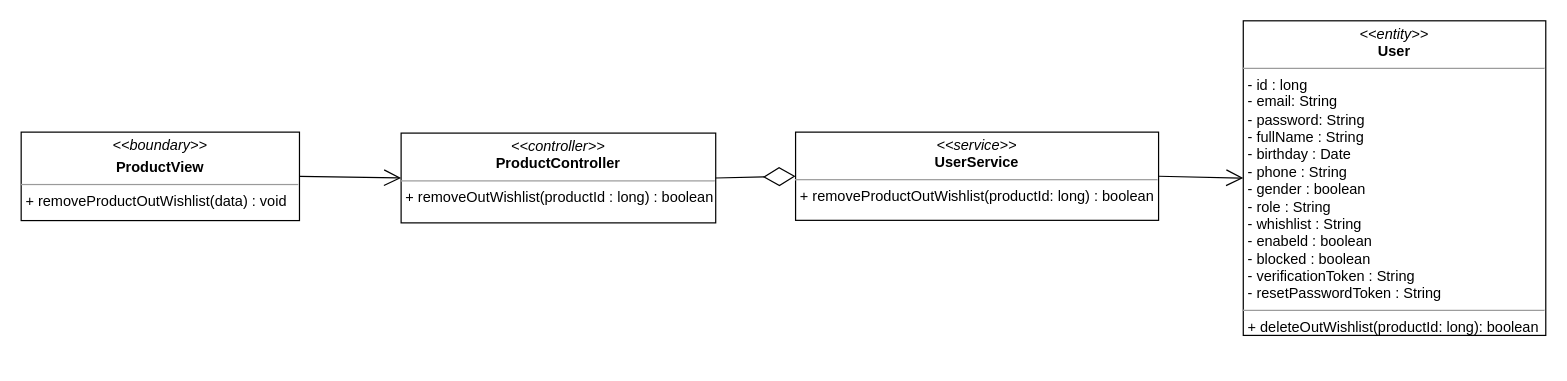
Above: class diagram/remove-product-to-wishlist.drawio in nguyenphamvan/datn_20202 (draw.io), before the change. Source tidied: cells renumbered, new cells numbered last; positions are measured from the earlier drawing's top-left corner, leaving out a move shared by most shapes. Both pictures are drawn from the tidied source at 121%, with x=0, y=0 at pixel (21, 21).
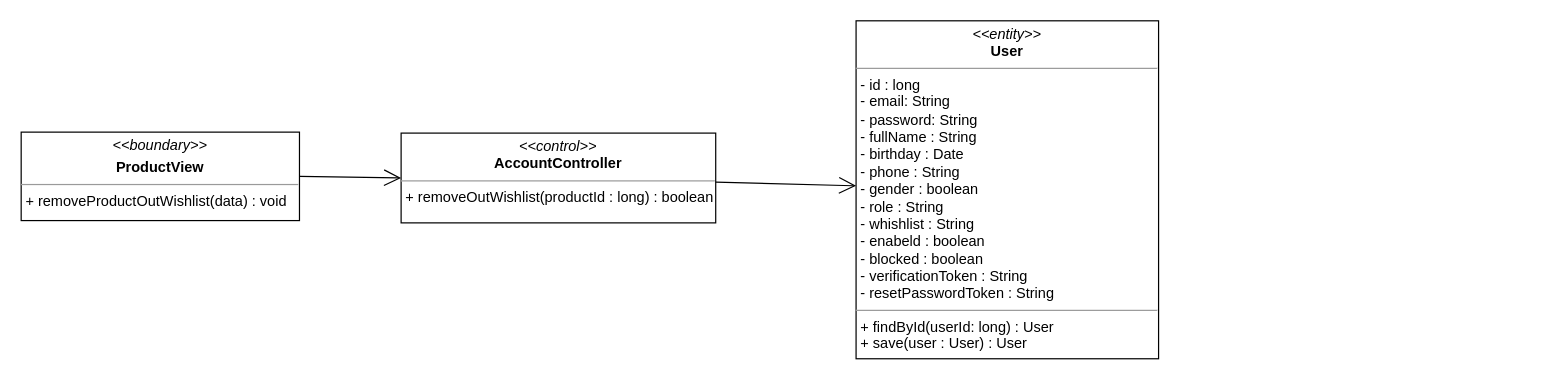
After the change.

What changed in the source:
```diff
@@
 <mxGraphModel>
   <root>
     <mxCell id="0" />
     <mxCell id="1" parent="0" />
     <mxCell id="2" value="&lt;p style=&quot;margin: 0px ; margin-top: 4px ; text-align: center&quot;&gt;&lt;i&gt;&amp;lt;&amp;lt;boundary&amp;gt;&amp;gt;&lt;/i&gt;&lt;/p&gt;&lt;p style=&quot;margin: 0px ; margin-top: 4px ; text-align: center&quot;&gt;&lt;b&gt;ProductView&lt;/b&gt;&lt;/p&gt;&lt;hr size=&quot;1&quot;&gt;&lt;p style=&quot;margin: 0px ; margin-left: 4px&quot;&gt;&lt;span&gt;+ removeProductOutWishlist(data) : void&lt;/span&gt;&lt;br&gt;&lt;/p&gt;" style="verticalAlign=top;align=left;overflow=fill;fontSize=12;fontFamily=Helvetica;html=1;" parent="1" vertex="1">
       <mxGeometry y="91.7" width="230" height="73.1" as="geometry" />
     </mxCell>
-    <mxCell id="3" value="&lt;p style=&quot;margin: 0px ; margin-top: 4px ; text-align: center&quot;&gt;&lt;i&gt;&amp;lt;&amp;lt;controller&amp;gt;&amp;gt;&lt;/i&gt;&lt;br&gt;&lt;b&gt;ProductController&lt;/b&gt;&lt;/p&gt;&lt;hr size=&quot;1&quot;&gt;&lt;p style=&quot;margin: 0px ; margin-left: 4px&quot;&gt;&lt;span&gt;+ removeOutWishlist(productId : long) : boolean&lt;/span&gt;&lt;br&gt;&lt;/p&gt;" style="verticalAlign=top;align=left;overflow=fill;fontSize=12;fontFamily=Helvetica;html=1;" parent="1" vertex="1">
+    <mxCell id="3" value="&lt;p style=&quot;margin: 0px ; margin-top: 4px ; text-align: center&quot;&gt;&lt;i&gt;&amp;lt;&amp;lt;control&amp;gt;&amp;gt;&lt;/i&gt;&lt;br&gt;&lt;b&gt;AccountController&lt;/b&gt;&lt;/p&gt;&lt;hr size=&quot;1&quot;&gt;&lt;p style=&quot;margin: 0px ; margin-left: 4px&quot;&gt;&lt;span&gt;+ removeOutWishlist(productId : long) : boolean&lt;/span&gt;&lt;br&gt;&lt;/p&gt;" style="verticalAlign=top;align=left;overflow=fill;fontSize=12;fontFamily=Helvetica;html=1;" parent="1" vertex="1">
       <mxGeometry x="314" y="92.5" width="260" height="74.2" as="geometry" />
     </mxCell>
-    <mxCell id="4" value="&lt;p style=&quot;margin: 0px ; margin-top: 4px ; text-align: center&quot;&gt;&lt;i&gt;&amp;lt;&amp;lt;service&amp;gt;&amp;gt;&lt;/i&gt;&lt;br&gt;&lt;b&gt;UserService&lt;/b&gt;&lt;/p&gt;&lt;hr size=&quot;1&quot;&gt;&lt;p style=&quot;margin: 0px ; margin-left: 4px&quot;&gt;&lt;span&gt;+ removeProductOutWishlist(productId: long) : boolean&lt;/span&gt;&lt;br&gt;&lt;/p&gt;" style="verticalAlign=top;align=left;overflow=fill;fontSize=12;fontFamily=Helvetica;html=1;" parent="1" vertex="1">
-      <mxGeometry x="640" y="91.7" width="300" height="72.9" as="geometry" />
-    </mxCell>
-    <mxCell id="5" value="&lt;p style=&quot;margin: 0px ; margin-top: 4px ; text-align: center&quot;&gt;&lt;i&gt;&amp;lt;&amp;lt;entity&amp;gt;&amp;gt;&lt;/i&gt;&lt;br&gt;&lt;b&gt;User&lt;/b&gt;&lt;/p&gt;&lt;hr size=&quot;1&quot;&gt;&lt;p style=&quot;margin: 0px ; margin-left: 4px&quot;&gt;- id : long&lt;/p&gt;&lt;p style=&quot;margin: 0px ; margin-left: 4px&quot;&gt;- email: String&lt;br&gt;- password: String&lt;/p&gt;&lt;p style=&quot;margin: 0px ; margin-left: 4px&quot;&gt;- fullName : String&lt;/p&gt;&lt;p style=&quot;margin: 0px ; margin-left: 4px&quot;&gt;- birthday : Date&lt;/p&gt;&lt;p style=&quot;margin: 0px ; margin-left: 4px&quot;&gt;- phone : String&lt;/p&gt;&lt;p style=&quot;margin: 0px ; margin-left: 4px&quot;&gt;- gender : boolean&lt;/p&gt;&lt;p style=&quot;margin: 0px ; margin-left: 4px&quot;&gt;- role : String&lt;/p&gt;&lt;p style=&quot;margin: 0px ; margin-left: 4px&quot;&gt;- whishlist : String&lt;/p&gt;&lt;p style=&quot;margin: 0px ; margin-left: 4px&quot;&gt;- enabeld : boolean&lt;/p&gt;&lt;p style=&quot;margin: 0px ; margin-left: 4px&quot;&gt;- blocked : boolean&lt;/p&gt;&lt;p style=&quot;margin: 0px ; margin-left: 4px&quot;&gt;- verificationToken : String&lt;/p&gt;&lt;p style=&quot;margin: 0px ; margin-left: 4px&quot;&gt;- resetPasswordToken : String&lt;/p&gt;&lt;hr size=&quot;1&quot;&gt;&lt;p style=&quot;margin: 0px ; margin-left: 4px&quot;&gt;+ deleteOutWishlist(productId: long): boolean&lt;br&gt;&lt;/p&gt;" style="verticalAlign=top;align=left;overflow=fill;fontSize=12;fontFamily=Helvetica;html=1;" parent="1" vertex="1">
-      <mxGeometry x="1010" y="-0.3" width="250" height="260" as="geometry" />
+    <mxCell id="5" value="&lt;p style=&quot;margin: 0px ; margin-top: 4px ; text-align: center&quot;&gt;&lt;i&gt;&amp;lt;&amp;lt;entity&amp;gt;&amp;gt;&lt;/i&gt;&lt;br&gt;&lt;b&gt;User&lt;/b&gt;&lt;/p&gt;&lt;hr size=&quot;1&quot;&gt;&lt;p style=&quot;margin: 0px ; margin-left: 4px&quot;&gt;- id : long&lt;/p&gt;&lt;p style=&quot;margin: 0px ; margin-left: 4px&quot;&gt;- email: String&lt;br&gt;- password: String&lt;/p&gt;&lt;p style=&quot;margin: 0px ; margin-left: 4px&quot;&gt;- fullName : String&lt;/p&gt;&lt;p style=&quot;margin: 0px ; margin-left: 4px&quot;&gt;- birthday : Date&lt;/p&gt;&lt;p style=&quot;margin: 0px ; margin-left: 4px&quot;&gt;- phone : String&lt;/p&gt;&lt;p style=&quot;margin: 0px ; margin-left: 4px&quot;&gt;- gender : boolean&lt;/p&gt;&lt;p style=&quot;margin: 0px ; margin-left: 4px&quot;&gt;- role : String&lt;/p&gt;&lt;p style=&quot;margin: 0px ; margin-left: 4px&quot;&gt;- whishlist : String&lt;/p&gt;&lt;p style=&quot;margin: 0px ; margin-left: 4px&quot;&gt;- enabeld : boolean&lt;/p&gt;&lt;p style=&quot;margin: 0px ; margin-left: 4px&quot;&gt;- blocked : boolean&lt;/p&gt;&lt;p style=&quot;margin: 0px ; margin-left: 4px&quot;&gt;- verificationToken : String&lt;/p&gt;&lt;p style=&quot;margin: 0px ; margin-left: 4px&quot;&gt;- resetPasswordToken : String&lt;/p&gt;&lt;hr size=&quot;1&quot;&gt;&lt;p style=&quot;margin: 0px ; margin-left: 4px&quot;&gt;+ findById(userId: long) : User&lt;br&gt;&lt;/p&gt;&lt;p style=&quot;margin: 0px ; margin-left: 4px&quot;&gt;+ save(user : User) : User&lt;/p&gt;" style="verticalAlign=top;align=left;overflow=fill;fontSize=12;fontFamily=Helvetica;html=1;" parent="1" vertex="1">
+      <mxGeometry x="690" y="-0.3" width="250" height="279.3" as="geometry" />
     </mxCell>
     <mxCell id="6" style="endArrow=open;endFill=1;endSize=12;html=1;entryX=0;entryY=0.5;entryDx=0;entryDy=0;exitX=1;exitY=0.5;exitDx=0;exitDy=0;" parent="1" edge="1" source="2" target="3">
       <mxGeometry relative="1" as="geometry" />
     </mxCell>
-    <mxCell id="7" style="endArrow=diamondThin;endFill=0;endSize=24;html=1;entryX=0;entryY=0.5;entryDx=0;entryDy=0;exitX=1;exitY=0.5;exitDx=0;exitDy=0;" parent="1" edge="1" source="3" target="4">
-      <mxGeometry relative="1" as="geometry" />
-    </mxCell>
-    <mxCell id="8" style="endArrow=open;endFill=1;endSize=12;html=1;entryX=0;entryY=0.5;entryDx=0;entryDy=0;exitX=1;exitY=0.5;exitDx=0;exitDy=0;" parent="1" edge="1" source="4" target="5">
-      <mxGeometry relative="1" as="geometry" />
-    </mxCell>
+    <mxCell id="9" style="endArrow=open;endFill=1;endSize=12;html=1;" parent="1" edge="1" source="3" target="5">
+      <mxGeometry relative="1" as="geometry" />
+    </mxCell>
   </root>
 </mxGraphModel>
```
